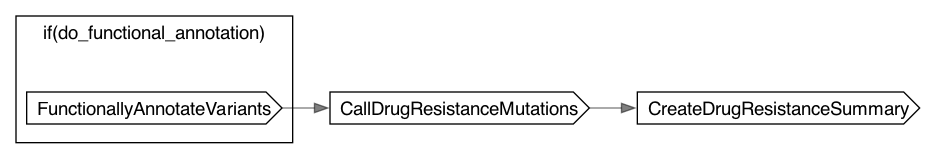
Earlier version of the Graphviz export dot/PfalciparumTypeDrugResistanceMarkers.dot.png (broadinstitute/long-read-pipelines). Its source is kept beside it as dot/PfalciparumTypeDrugResistanceMarkers.dot.
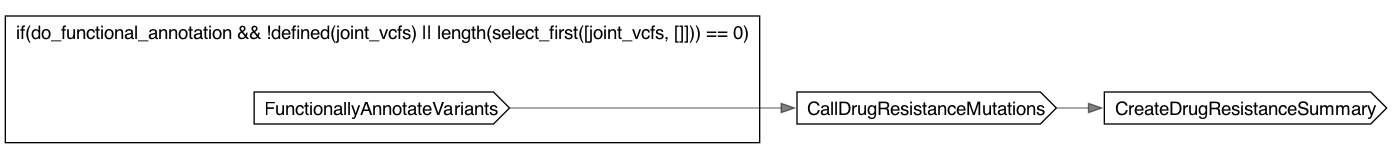
The same file after the commit.

Diff of the diagram source:
```diff
@@ -2,10 +2,10 @@
 	compound=true rankdir=LR
 	node [fontname=Roboto]
 	edge [color="#00000080"]
-	subgraph "cluster-if-L44C5" {
-		fontname=Roboto label="if(do_functional_annotation)" rank=same
+	subgraph "cluster-if-L53C5" {
+		fontname=Roboto label="if(do_functional_annotation && !defined(joint_vcfs) || length(select_first([joint_vcfs, []])) == 0)" rank=same
 		"call-FunctionallyAnnotateVariants" [label=FunctionallyAnnotateVariants shape=cds]
-		"if-L44C5" [label="" height=0 margin=0 style=invis width=0]
+		"if-L53C5" [label="" height=0 margin=0 style=invis width=0]
 	}
 	"call-CallDrugResistanceMutations" [label=CallDrugResistanceMutations shape=cds]
 	"call-CreateDrugResistanceSummary" [label=CreateDrugResistanceSummary shape=cds]
```
